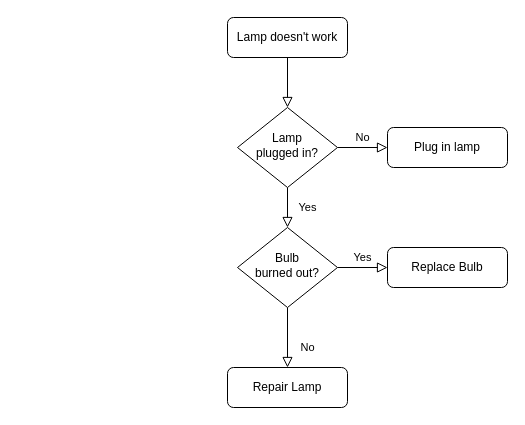
Before: command/disk_list.drawio in baidazhang/draw, a draw.io diagram. Source tidied: cells renumbered, new cells numbered last; positions are measured from the earlier drawing's top-left corner, leaving out a move shared by most shapes. Both pictures are drawn from the tidied source at 100%, with x=0, y=0 at pixel (227, 17).
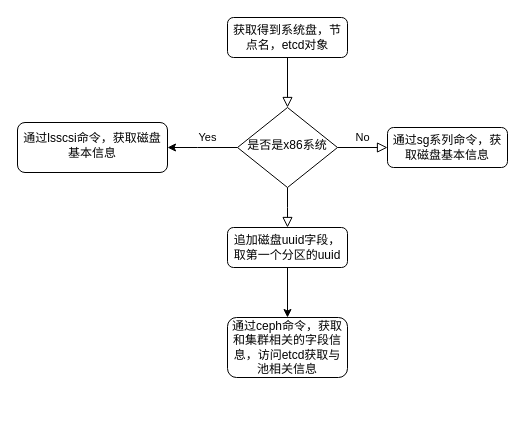
The same page after the edit.

Commit message:
2023.1.29 完成disk list 流程图

The edit, as a diff of the source:
```diff
@@
 <mxGraphModel>
   <root>
     <mxCell id="0" />
     <mxCell id="1" parent="0" />
     <mxCell id="2" style="rounded=0;html=1;jettySize=auto;fontSize=11;endArrow=block;endFill=0;endSize=8;strokeWidth=1;shadow=0;labelBackgroundColor=none;edgeStyle=orthogonalEdgeStyle;" parent="1" edge="1" source="3" target="6">
       <mxGeometry relative="1" as="geometry" />
     </mxCell>
-    <mxCell id="3" value="Lamp doesn't work" style="rounded=1;whiteSpace=wrap;html=1;fontSize=12;glass=0;strokeWidth=1;shadow=0;" parent="1" vertex="1">
+    <mxCell id="3" value="获取得到系统盘，节点名，etcd对象" style="rounded=1;whiteSpace=wrap;html=1;fontSize=12;glass=0;strokeWidth=1;shadow=0;" parent="1" vertex="1">
       <mxGeometry width="120" height="40" as="geometry" />
     </mxCell>
-    <mxCell id="4" value="Yes" style="rounded=0;html=1;jettySize=auto;fontSize=11;endArrow=block;endFill=0;endSize=8;strokeWidth=1;shadow=0;labelBackgroundColor=none;edgeStyle=orthogonalEdgeStyle;" parent="1" edge="1" source="6" target="10">
-      <mxGeometry y="20" relative="1" as="geometry" />
+    <mxCell id="4" value="Yes" style="rounded=0;html=1;jettySize=auto;fontSize=11;endArrow=block;endFill=0;endSize=8;strokeWidth=1;shadow=0;labelBackgroundColor=none;edgeStyle=orthogonalEdgeStyle;" parent="1" edge="1" source="6">
+      <mxGeometry x="-1" y="-94" relative="1" as="geometry">
+        <mxPoint x="60" y="210" as="targetPoint" />
+        <mxPoint x="14" y="-50" as="offset" />
+      </mxGeometry>
     </mxCell>
     <mxCell id="5" value="No" style="edgeStyle=orthogonalEdgeStyle;rounded=0;html=1;jettySize=auto;fontSize=11;endArrow=block;endFill=0;endSize=8;strokeWidth=1;shadow=0;labelBackgroundColor=none;" parent="1" edge="1" source="6" target="7">
       <mxGeometry y="10" relative="1" as="geometry" />
     </mxCell>
+    <mxCell id="13" style="edgeStyle=orthogonalEdgeStyle;rounded=0;jettySize=auto;html=1;" parent="1" edge="1" source="6" target="15">
+      <mxGeometry relative="1" as="geometry">
+        <Array as="points">
+          <mxPoint x="-30" y="130" />
+          <mxPoint x="-30" y="130" />
+        </Array>
+      </mxGeometry>
+    </mxCell>
-    <mxCell id="6" value="Lamp&lt;br&gt;plugged in?" style="rhombus;whiteSpace=wrap;html=1;shadow=0;fontFamily=Helvetica;fontSize=12;align=center;strokeWidth=1;spacing=6;spacingTop=-4;" parent="1" vertex="1">
+    <mxCell id="6" value="是否是x86系统" style="rhombus;whiteSpace=wrap;html=1;shadow=0;fontFamily=Helvetica;fontSize=12;align=center;strokeWidth=1;spacing=6;spacingTop=-4;" parent="1" vertex="1">
       <mxGeometry x="10" y="90" width="100" height="80" as="geometry" />
     </mxCell>
-    <mxCell id="7" value="Plug in lamp" style="rounded=1;whiteSpace=wrap;html=1;fontSize=12;glass=0;strokeWidth=1;shadow=0;" parent="1" vertex="1">
+    <mxCell id="7" value="通过sg系列命令，获取磁盘基本信息" style="rounded=1;whiteSpace=wrap;html=1;fontSize=12;glass=0;strokeWidth=1;shadow=0;" parent="1" vertex="1">
       <mxGeometry x="160" y="110" width="120" height="40" as="geometry" />
     </mxCell>
-    <mxCell id="8" value="No" style="rounded=0;html=1;jettySize=auto;fontSize=11;endArrow=block;endFill=0;endSize=8;strokeWidth=1;shadow=0;labelBackgroundColor=none;edgeStyle=orthogonalEdgeStyle;" parent="1" edge="1" source="10" target="11">
-      <mxGeometry x="0.33" y="20" relative="1" as="geometry" />
-    </mxCell>
-    <mxCell id="9" value="Yes" style="edgeStyle=orthogonalEdgeStyle;rounded=0;html=1;jettySize=auto;fontSize=11;endArrow=block;endFill=0;endSize=8;strokeWidth=1;shadow=0;labelBackgroundColor=none;" parent="1" edge="1" source="10" target="12">
-      <mxGeometry y="10" relative="1" as="geometry" />
-    </mxCell>
-    <mxCell id="10" value="Bulb&lt;br&gt;burned out?" style="rhombus;whiteSpace=wrap;html=1;shadow=0;fontFamily=Helvetica;fontSize=12;align=center;strokeWidth=1;spacing=6;spacingTop=-4;" parent="1" vertex="1">
-      <mxGeometry x="10" y="210" width="100" height="80" as="geometry" />
-    </mxCell>
+    <mxCell id="14" style="edgeStyle=orthogonalEdgeStyle;rounded=0;jettySize=auto;html=1;" parent="1" edge="1" source="11" target="16">
+      <mxGeometry relative="1" as="geometry" />
+    </mxCell>
-    <mxCell id="11" value="Repair Lamp" style="rounded=1;whiteSpace=wrap;html=1;fontSize=12;glass=0;strokeWidth=1;shadow=0;" parent="1" vertex="1">
-      <mxGeometry y="350" width="120" height="40" as="geometry" />
+    <mxCell id="11" value="追加磁盘uuid字段，取第一个分区的uuid" style="rounded=1;whiteSpace=wrap;html=1;fontSize=12;glass=0;strokeWidth=1;shadow=0;" parent="1" vertex="1">
+      <mxGeometry y="210" width="120" height="40" as="geometry" />
     </mxCell>
-    <mxCell id="12" value="Replace Bulb" style="rounded=1;whiteSpace=wrap;html=1;fontSize=12;glass=0;strokeWidth=1;shadow=0;" parent="1" vertex="1">
-      <mxGeometry x="160" y="230" width="120" height="40" as="geometry" />
-    </mxCell>
+    <mxCell id="15" value="通过lsscsi命令，获取磁盘基本信息" style="rounded=1;whiteSpace=wrap;html=1;shadow=0;strokeWidth=1;spacing=6;spacingTop=-4;" parent="1" vertex="1">
+      <mxGeometry x="-210" y="105" width="150" height="50" as="geometry" />
+    </mxCell>
+    <mxCell id="16" value="通过ceph命令，获取和集群相关的字段信息，访问etcd获取与池相关信息" style="whiteSpace=wrap;html=1;rounded=1;glass=0;strokeWidth=1;shadow=0;" parent="1" vertex="1">
+      <mxGeometry y="300" width="120" height="60" as="geometry" />
+    </mxCell>
   </root>
 </mxGraphModel>
```
